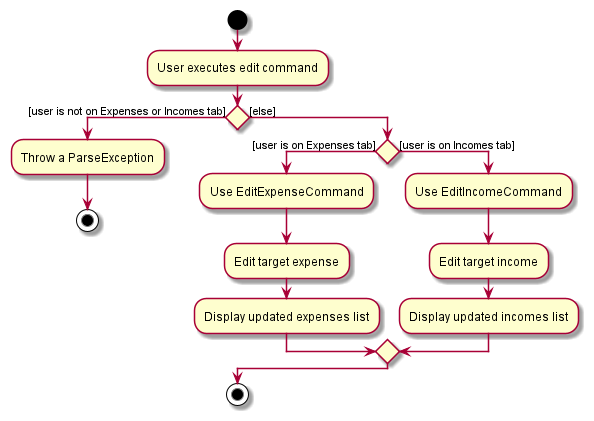
Before: docs/images/EditTransactionActivityDiagram.png, a diagram exported from PlantUML (wltan/tp). Its diagram source:
```plantuml
@startuml
start
:User executes edit command;

if () then ([user is not on Expenses or Incomes tab])
    :Throw a ParseException;
    stop
else ([else])
    if () then ([user is on Expenses tab])
        :Use EditExpenseCommand;
        :Edit target expense;
        :Display updated expenses list;
    else ([user is on Incomes tab])
        :Use EditIncomeCommand;
        :Edit target income;
        :Display updated incomes list;
    endif
endif

stop
@enduml
```
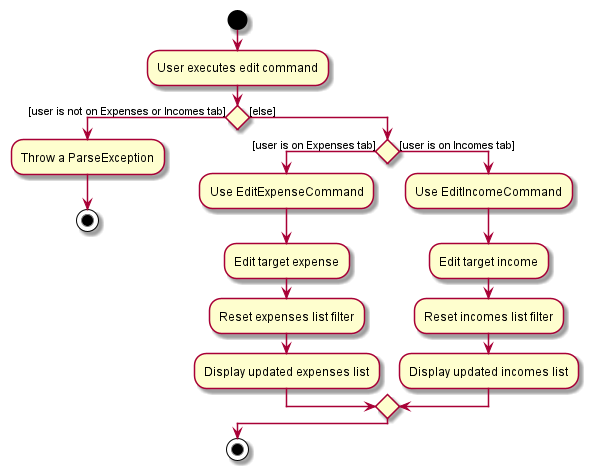
Later version of the same file.

Change to the diagram source:
```diff
@@ -9,10 +9,12 @@
     if () then ([user is on Expenses tab])
         :Use EditExpenseCommand;
         :Edit target expense;
+        :Reset expenses list filter;
         :Display updated expenses list;
     else ([user is on Incomes tab])
         :Use EditIncomeCommand;
         :Edit target income;
+        :Reset incomes list filter;
         :Display updated incomes list;
     endif
 endif
```
